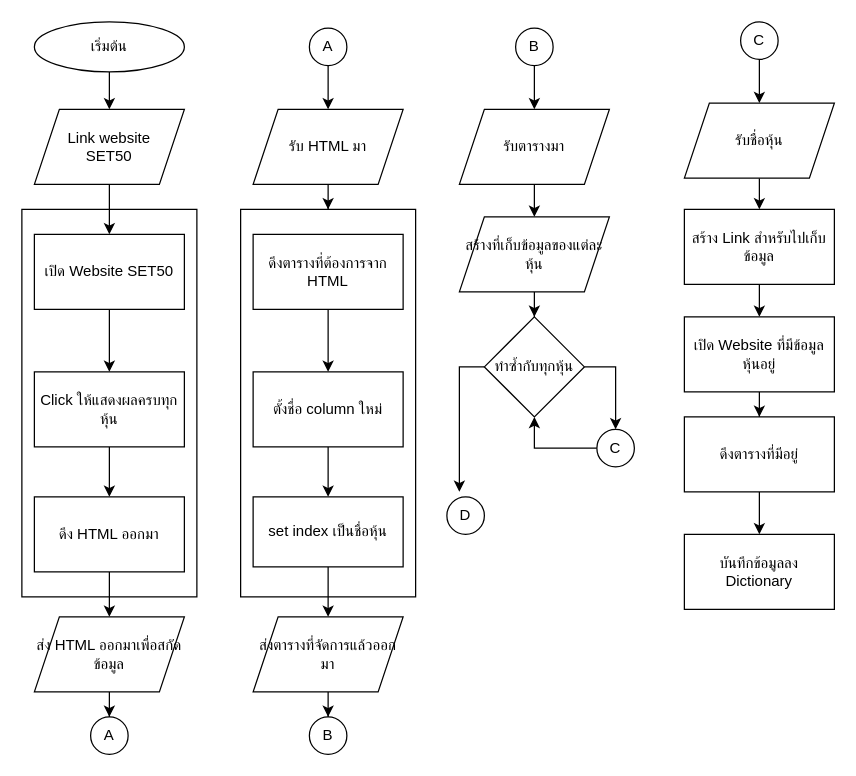
The draw.io diagram ThaiStock01.drawio in PrasertLoprasert/ThaiStock, before the edit. Source tidied: cells renumbered, new cells numbered last; positions are measured from the earlier drawing's top-left corner, leaving out a move shared by most shapes. Both pictures are drawn from the tidied source at 125%, with x=0, y=0 at pixel (21, 21).
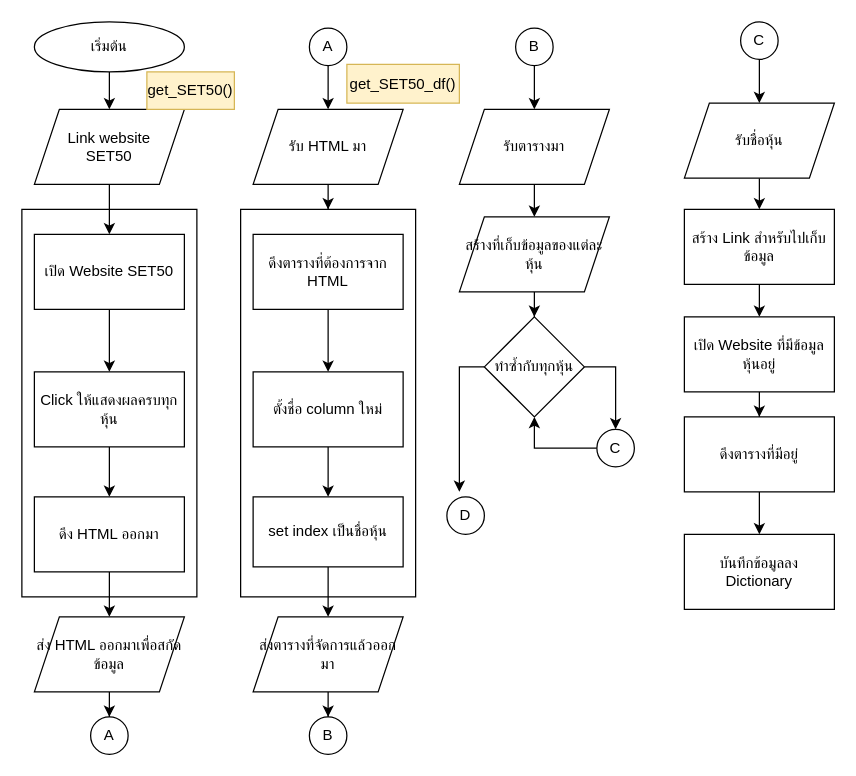
The same diagram, later.

What changed in the source:
```diff
@@
+    <mxCell id="53" value="get_SET50()" style="text;html=1;strokeColor=#d6b656;fillColor=#fff2cc;align=center;verticalAlign=middle;whiteSpace=wrap;rounded=0;" parent="1" vertex="1">
+      <mxGeometry x="100" y="40" width="70" height="30" as="geometry" />
+    </mxCell>
+    <mxCell id="54" value="get_SET50_df()" style="text;html=1;strokeColor=#d6b656;fillColor=#fff2cc;align=center;verticalAlign=middle;whiteSpace=wrap;rounded=0;" parent="1" vertex="1">
+      <mxGeometry x="260" y="34" width="90" height="31" as="geometry" />
+    </mxCell>
```
